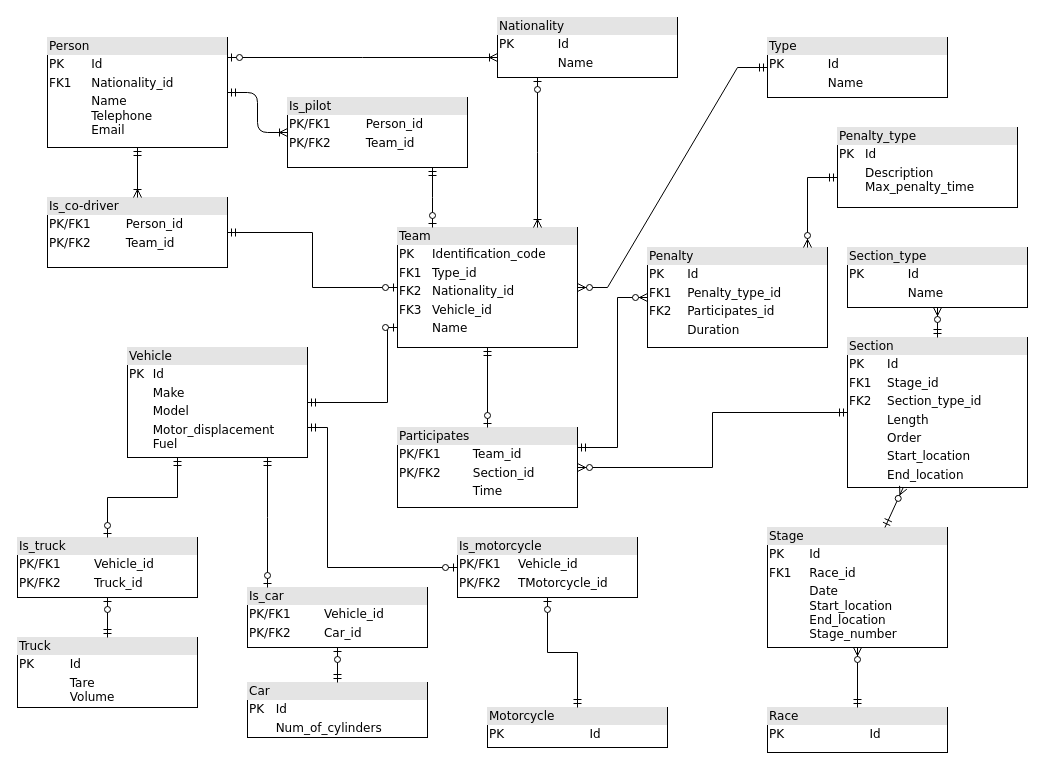
Above: Relational_Data_Model_Diagram.drawio in DanyKrk/ISEP_BDDAD_M1 (draw.io), before the change. Source tidied: cells renumbered, new cells numbered last; positions are measured from the earlier drawing's top-left corner, leaving out a move shared by most shapes. Both pictures are drawn from the tidied source at 100%, with x=0, y=0 at pixel (17, 17).
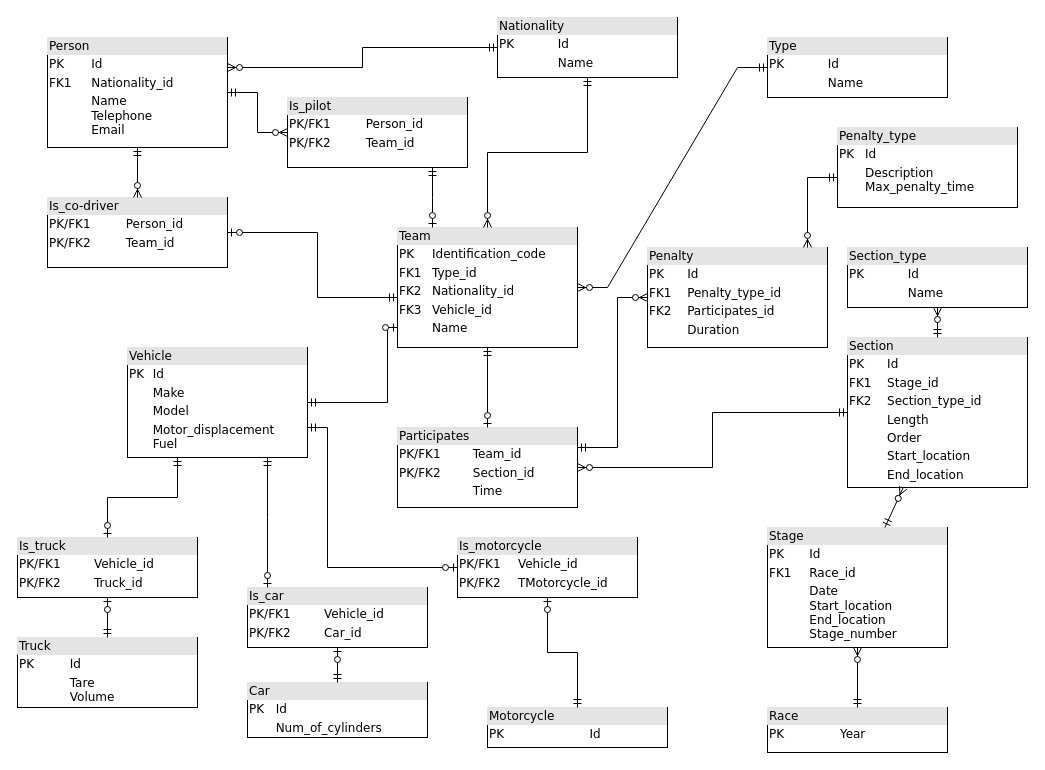
The same page after the edit.

Commit message:
Update Race Id to year

The change refers to these unchanged cells:
```xml
<mxCell id="2" value="&lt;div style=&quot;box-sizing:border-box;width:100%;background:#e4e4e4;padding:2px;&quot;&gt;Person&lt;/div&gt;&lt;table style=&quot;width:100%;font-size:1em;&quot; cellpadding=&quot;2&quot; cellspacing=&quot;0&quot;&gt;&lt;tbody&gt;&lt;tr&gt;&lt;td&gt;PK&lt;/td&gt;&lt;td&gt;Id&lt;/td&gt;&lt;/tr&gt;&lt;tr&gt;&lt;td&gt;FK1&lt;/td&gt;&lt;td&gt;Nationality_id&lt;/td&gt;&lt;/tr&gt;&lt;tr&gt;&lt;td&gt;&lt;/td&gt;&lt;td&gt;Name&lt;br&gt;Telephone&lt;br&gt;Email&lt;/td&gt;&lt;/tr&gt;&lt;/tbody&gt;&lt;/table&gt;" style="verticalAlign=top;align=left;overflow=fill;html=1;rounded=0;shadow=0;comic=0;labelBackgroundColor=none;strokeWidth=1;fontFamily=Verdana;fontSize=12;" parent="1" vertex="1">
  <mxGeometry x="30" y="20" width="180" height="110" as="geometry" />
</mxCell>
<mxCell id="3" value="&lt;div style=&quot;box-sizing: border-box ; width: 100% ; background: #e4e4e4 ; padding: 2px&quot;&gt;Nationality&lt;/div&gt;&lt;table style=&quot;width: 100% ; font-size: 1em&quot; cellpadding=&quot;2&quot; cellspacing=&quot;0&quot;&gt;&lt;tbody&gt;&lt;tr&gt;&lt;td&gt;PK&lt;/td&gt;&lt;td&gt;Id&lt;/td&gt;&lt;/tr&gt;&lt;tr&gt;&lt;td&gt;&lt;br&gt;&lt;/td&gt;&lt;td&gt;Name&lt;/td&gt;&lt;/tr&gt;&lt;tr&gt;&lt;td&gt;&lt;/td&gt;&lt;td&gt;&lt;br&gt;&lt;/td&gt;&lt;/tr&gt;&lt;/tbody&gt;&lt;/table&gt;" style="verticalAlign=top;align=left;overflow=fill;html=1;rounded=0;shadow=0;comic=0;labelBackgroundColor=none;strokeWidth=1;fontFamily=Verdana;fontSize=12;" parent="1" vertex="1">
  <mxGeometry x="480" width="180" height="60" as="geometry" />
</mxCell>
<mxCell id="6" value="&lt;div style=&quot;box-sizing:border-box;width:100%;background:#e4e4e4;padding:2px;&quot;&gt;Is_co-driver&lt;/div&gt;&lt;table style=&quot;width:100%;font-size:1em;&quot; cellpadding=&quot;2&quot; cellspacing=&quot;0&quot;&gt;&lt;tbody&gt;&lt;tr&gt;&lt;td&gt;PK/FK1&lt;/td&gt;&lt;td&gt;Person_id&lt;/td&gt;&lt;/tr&gt;&lt;tr&gt;&lt;td&gt;PK/FK2&lt;/td&gt;&lt;td&gt;Team_id&lt;/td&gt;&lt;/tr&gt;&lt;tr&gt;&lt;td&gt;&lt;/td&gt;&lt;td&gt;&lt;br&gt;&lt;/td&gt;&lt;/tr&gt;&lt;/tbody&gt;&lt;/table&gt;" style="verticalAlign=top;align=left;overflow=fill;html=1;rounded=0;shadow=0;comic=0;labelBackgroundColor=none;strokeWidth=1;fontFamily=Verdana;fontSize=12;" parent="1" vertex="1">
  <mxGeometry x="30" y="180" width="180" height="70" as="geometry" />
</mxCell>
<mxCell id="9" value="&lt;div style=&quot;box-sizing: border-box ; width: 100% ; background: #e4e4e4 ; padding: 2px&quot;&gt;Team&lt;/div&gt;&lt;table style=&quot;width: 100% ; font-size: 1em&quot; cellpadding=&quot;2&quot; cellspacing=&quot;0&quot;&gt;&lt;tbody&gt;&lt;tr&gt;&lt;td&gt;PK&lt;/td&gt;&lt;td&gt;Identification_code&lt;/td&gt;&lt;/tr&gt;&lt;tr&gt;&lt;td&gt;FK1&lt;/td&gt;&lt;td&gt;Type_id&lt;/td&gt;&lt;/tr&gt;&lt;tr&gt;&lt;td&gt;FK2&lt;/td&gt;&lt;td&gt;Nationality_id&lt;br&gt;&lt;/td&gt;&lt;/tr&gt;&lt;tr&gt;&lt;td&gt;FK3&lt;br&gt;&lt;/td&gt;&lt;td&gt;Vehicle_id&lt;br&gt;&lt;/td&gt;&lt;/tr&gt;&lt;tr&gt;&lt;td&gt;&lt;br&gt;&lt;/td&gt;&lt;td&gt;Name&lt;br&gt;&lt;/td&gt;&lt;/tr&gt;&lt;tr&gt;&lt;td&gt;&lt;br&gt;&lt;/td&gt;&lt;td&gt;&lt;br&gt;&lt;/td&gt;&lt;/tr&gt;&lt;tr&gt;&lt;td&gt;&lt;/td&gt;&lt;td&gt;&lt;br&gt;&lt;/td&gt;&lt;/tr&gt;&lt;/tbody&gt;&lt;/table&gt;" style="verticalAlign=top;align=left;overflow=fill;html=1;rounded=0;shadow=0;comic=0;labelBackgroundColor=none;strokeWidth=1;fontFamily=Verdana;fontSize=12;" parent="1" vertex="1">
  <mxGeometry x="380" y="210" width="180" height="120" as="geometry" />
</mxCell>
<mxCell id="15" value="&lt;div style=&quot;box-sizing:border-box;width:100%;background:#e4e4e4;padding:2px;&quot;&gt;Is_pilot&lt;/div&gt;&lt;table style=&quot;width:100%;font-size:1em;&quot; cellpadding=&quot;2&quot; cellspacing=&quot;0&quot;&gt;&lt;tbody&gt;&lt;tr&gt;&lt;td&gt;PK/FK1&lt;/td&gt;&lt;td&gt;Person_id&lt;/td&gt;&lt;/tr&gt;&lt;tr&gt;&lt;td&gt;PK/FK2&lt;/td&gt;&lt;td&gt;Team_id&lt;/td&gt;&lt;/tr&gt;&lt;tr&gt;&lt;td&gt;&lt;/td&gt;&lt;td&gt;&lt;br&gt;&lt;/td&gt;&lt;/tr&gt;&lt;/tbody&gt;&lt;/table&gt;" style="verticalAlign=top;align=left;overflow=fill;html=1;rounded=0;shadow=0;comic=0;labelBackgroundColor=none;strokeWidth=1;fontFamily=Verdana;fontSize=12;" parent="1" vertex="1">
  <mxGeometry x="270" y="80" width="180" height="70" as="geometry" />
</mxCell>
```

Change to the diagram source:
```diff
@@
-    <mxCell id="7" value="&lt;div style=&quot;box-sizing: border-box ; width: 100% ; background: #e4e4e4 ; padding: 2px&quot;&gt;Race&lt;/div&gt;&lt;table style=&quot;width: 100% ; font-size: 1em&quot; cellpadding=&quot;2&quot; cellspacing=&quot;0&quot;&gt;&lt;tbody&gt;&lt;tr&gt;&lt;td&gt;PK&lt;/td&gt;&lt;td&gt;Id&lt;/td&gt;&lt;/tr&gt;&lt;tr&gt;&lt;td&gt;&lt;/td&gt;&lt;td&gt;&lt;br&gt;&lt;/td&gt;&lt;/tr&gt;&lt;/tbody&gt;&lt;/table&gt;" style="verticalAlign=top;align=left;overflow=fill;html=1;rounded=0;shadow=0;comic=0;labelBackgroundColor=none;strokeWidth=1;fontFamily=Verdana;fontSize=12;" parent="1" vertex="1">
+    <mxCell id="7" value="&lt;div style=&quot;box-sizing: border-box ; width: 100% ; background: #e4e4e4 ; padding: 2px&quot;&gt;Race&lt;/div&gt;&lt;table style=&quot;width: 100% ; font-size: 1em&quot; cellpadding=&quot;2&quot; cellspacing=&quot;0&quot;&gt;&lt;tbody&gt;&lt;tr&gt;&lt;td&gt;PK&lt;/td&gt;&lt;td&gt;Year&lt;/td&gt;&lt;/tr&gt;&lt;tr&gt;&lt;td&gt;&lt;/td&gt;&lt;td&gt;&lt;br&gt;&lt;/td&gt;&lt;/tr&gt;&lt;/tbody&gt;&lt;/table&gt;" style="verticalAlign=top;align=left;overflow=fill;html=1;rounded=0;shadow=0;comic=0;labelBackgroundColor=none;strokeWidth=1;fontFamily=Verdana;fontSize=12;" parent="1" vertex="1">
       <mxGeometry x="750" y="690" width="180" height="45" as="geometry" />
     </mxCell>
@@
-    <mxCell id="14" style="edgeStyle=orthogonalEdgeStyle;html=1;endArrow=ERoneToMany;startArrow=ERmandOne;labelBackgroundColor=none;fontFamily=Verdana;fontSize=12;align=left;exitX=0.5;exitY=1;entryX=0.5;entryY=0;" parent="1" edge="1" source="2" target="6">
-      <mxGeometry relative="1" as="geometry" />
-    </mxCell>
@@
-    <mxCell id="16" style="edgeStyle=orthogonalEdgeStyle;html=1;endArrow=ERoneToMany;startArrow=ERmandOne;labelBackgroundColor=none;fontFamily=Verdana;fontSize=12;align=left;exitX=1;exitY=0.5;exitDx=0;exitDy=0;" parent="1" edge="1" source="2" target="15">
-      <mxGeometry relative="1" as="geometry" />
-    </mxCell>
@@
-    <mxCell id="18" style="edgeStyle=elbowEdgeStyle;fontSize=12;html=1;endArrow=ERzeroToOne;startArrow=ERmandOne;rounded=0;" parent="1" edge="1" source="6" target="9">
-      <mxGeometry relative="1" as="geometry" />
+    <mxCell id="18" style="edgeStyle=elbowEdgeStyle;fontSize=12;html=1;endArrow=ERzeroToOne;startArrow=ERmandOne;rounded=0;" parent="1" edge="1" source="9" target="6">
+      <mxGeometry relative="1" as="geometry">
+        <Array as="points">
+          <mxPoint x="300" y="280" />
+        </Array>
+      </mxGeometry>
     </mxCell>
-    <mxCell id="19" style="fontSize=12;html=1;endArrow=ERoneToMany;startArrow=ERzeroToOne;rounded=0;edgeStyle=elbowEdgeStyle;" parent="1" edge="1" source="3" target="9">
-      <mxGeometry relative="1" as="geometry" />
-    </mxCell>
-    <mxCell id="20" style="fontSize=12;html=1;endArrow=ERoneToMany;startArrow=ERzeroToOne;rounded=0;edgeStyle=elbowEdgeStyle;elbow=vertical;" parent="1" edge="1" source="2" target="3">
-      <mxGeometry relative="1" as="geometry" />
-    </mxCell>
@@
+    <mxCell id="19" style="edgeStyle=orthogonalEdgeStyle;fontSize=12;html=1;endArrow=ERzeroToMany;startArrow=ERmandOne;rounded=0;" parent="1" edge="1" source="3" target="9">
+      <mxGeometry relative="1" as="geometry" />
+    </mxCell>
+    <mxCell id="43" style="edgeStyle=orthogonalEdgeStyle;fontSize=12;html=1;endArrow=ERzeroToMany;startArrow=ERmandOne;rounded=0;" parent="1" edge="1" source="3" target="2">
+      <mxGeometry relative="1" as="geometry">
+        <Array as="points">
+          <mxPoint x="345" y="30" />
+          <mxPoint x="345" y="50" />
+        </Array>
+      </mxGeometry>
+    </mxCell>
+    <mxCell id="16" style="edgeStyle=elbowEdgeStyle;fontSize=12;html=1;endArrow=ERzeroToMany;startArrow=ERmandOne;rounded=0;" parent="1" edge="1" source="2" target="15">
+      <mxGeometry relative="1" as="geometry" />
+    </mxCell>
+    <mxCell id="14" style="edgeStyle=elbowEdgeStyle;fontSize=12;html=1;endArrow=ERzeroToMany;startArrow=ERmandOne;rounded=0;" parent="1" edge="1" source="2" target="6">
+      <mxGeometry relative="1" as="geometry">
+        <Array as="points">
+          <mxPoint x="120" y="140" />
+          <mxPoint x="170" y="155" />
+        </Array>
+      </mxGeometry>
+    </mxCell>
```
